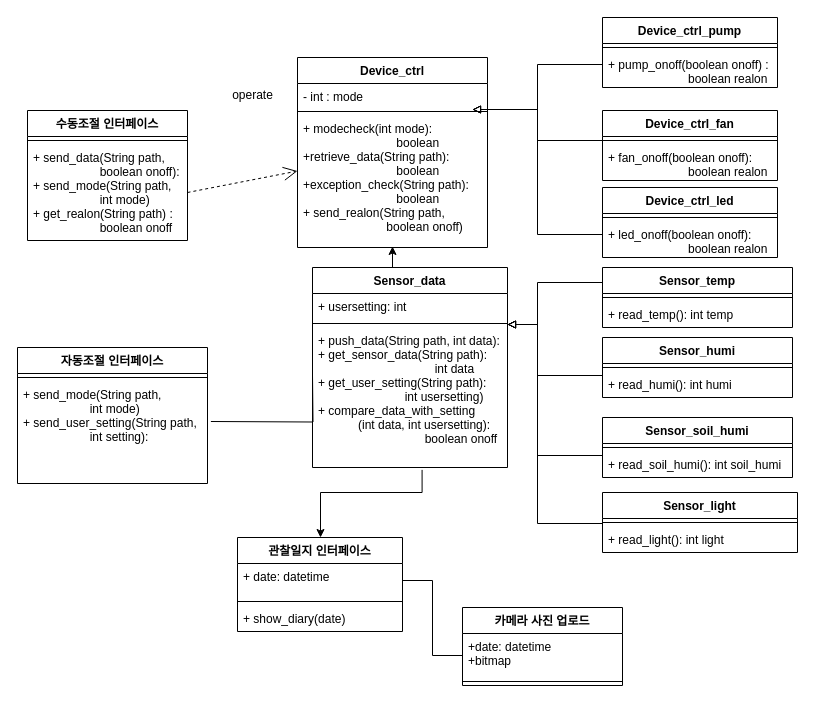
Above: 5주차/클래스 다이어그램/class_dg_ver2.drawio in sonmyungwon/Software-Development (draw.io), before the change. Source tidied: cells renumbered, new cells numbered last; positions are measured from the earlier drawing's top-left corner, leaving out a move shared by most shapes. Both pictures are drawn from the tidied source at 100%, with x=0, y=0 at pixel (17, 17).
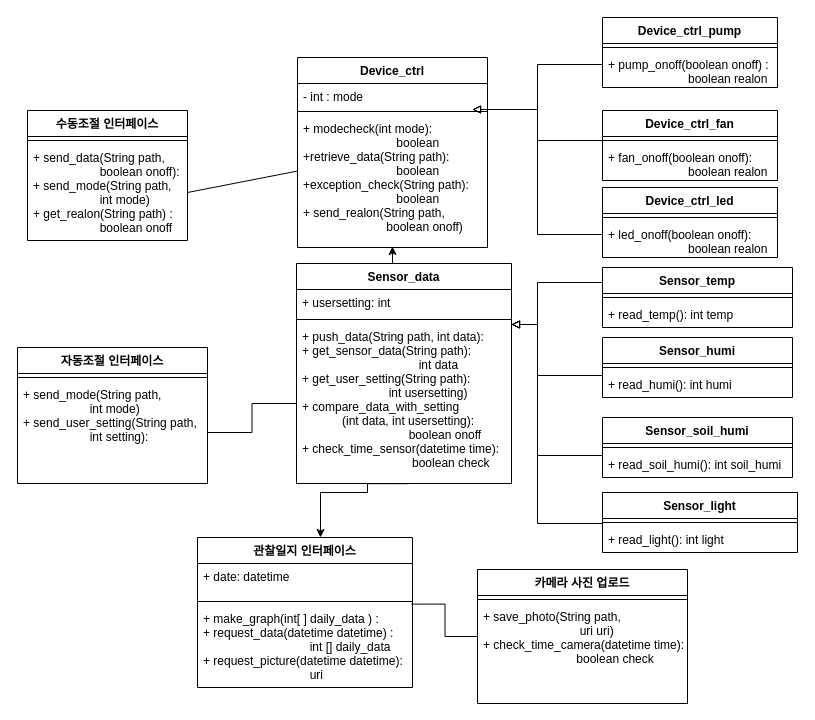
The same diagram, later.

Unchanged cells that the change refers to:
```xml
<mxCell id="31" value="+ send_data(String path, &#10;                    boolean onoff):&#10;+ send_mode(String path,&#10;                    int mode)&#10;+ get_realon(String path) :&#10;                    boolean onoff" style="text;strokeColor=none;fillColor=none;align=left;verticalAlign=top;spacingLeft=4;spacingRight=4;overflow=hidden;points=[[0,0.5],[1,0.5]];portConstraint=eastwest;" parent="29" vertex="1">
  <mxGeometry y="34" width="160" height="96" as="geometry" />
</mxCell>
<mxCell id="32" value="Device_ctrl" style="swimlane;fontStyle=1;align=center;verticalAlign=top;horizontal=1;startSize=26;" parent="1" vertex="1">
  <mxGeometry x="280" y="40" width="190" height="190" as="geometry" />
</mxCell>
<mxCell id="38" value="+ send_mode(String path,&#10;                    int mode)&#10;+ send_user_setting(String path,&#10;                    int setting):" style="text;strokeColor=none;fillColor=none;align=left;verticalAlign=top;spacingLeft=4;spacingRight=4;overflow=hidden;points=[[0,0.5],[1,0.5]];portConstraint=eastwest;" parent="36" vertex="1">
  <mxGeometry y="34" width="190" height="102" as="geometry" />
</mxCell>
```

What changed in the source:
```diff
@@
     <mxCell id="3" value="관찰일지 인터페이스" style="swimlane;fontStyle=1;align=center;verticalAlign=top;horizontal=1;startSize=26;" parent="1" vertex="1">
-      <mxGeometry x="220" y="520" width="165" height="94" as="geometry" />
+      <mxGeometry x="180" y="520" width="215" height="150" as="geometry" />
     </mxCell>
     <mxCell id="4" value="+ date: datetime&#10;" style="text;strokeColor=none;fillColor=none;align=left;verticalAlign=top;spacingLeft=4;spacingRight=4;overflow=hidden;points=[[0,0.5],[1,0.5]];portConstraint=eastwest;" parent="3" vertex="1">
-      <mxGeometry y="26" width="165" height="34" as="geometry" />
+      <mxGeometry y="26" width="215" height="34" as="geometry" />
     </mxCell>
     <mxCell id="5" style="line;strokeWidth=1;fillColor=none;align=left;verticalAlign=middle;spacingTop=-1;spacingLeft=3;spacingRight=3;labelPosition=right;strokeColor=inherit;" parent="3" vertex="1">
-      <mxGeometry y="60" width="165" height="8" as="geometry" />
+      <mxGeometry y="60" width="215" height="8" as="geometry" />
     </mxCell>
-    <mxCell id="6" value="+ show_diary(date)" style="text;strokeColor=none;fillColor=none;align=left;verticalAlign=top;spacingLeft=4;spacingRight=4;overflow=hidden;points=[[0,0.5],[1,0.5]];portConstraint=eastwest;" parent="3" vertex="1">
-      <mxGeometry y="68" width="165" height="26" as="geometry" />
+    <mxCell id="6" value="+ make_graph(int[ ] daily_data ) :&#10;+ request_data(datetime datetime) : &#10;                                int [] daily_data&#10;+ request_picture(datetime datetime):&#10;                                uri" style="text;strokeColor=none;fillColor=none;align=left;verticalAlign=top;spacingLeft=4;spacingRight=4;overflow=hidden;points=[[0,0.5],[1,0.5]];portConstraint=eastwest;" parent="3" vertex="1">
+      <mxGeometry y="68" width="215" height="82" as="geometry" />
     </mxCell>
-    <mxCell id="7" style="endArrow=open;dashed=1;endFill=0;endSize=12;html=1;rounded=0;exitX=1;exitY=0.5;exitDx=0;exitDy=0;" parent="1" edge="1" source="31" target="32">
+    <mxCell id="7" style="endArrow=none;endFill=0;endSize=12;html=1;rounded=0;exitX=1;exitY=0.5;exitDx=0;exitDy=0;" parent="1" edge="1" source="31" target="32">
       <mxGeometry relative="1" as="geometry" />
     </mxCell>
-    <mxCell id="8" value="operate" style="text;html=1;align=center;verticalAlign=middle;strokeColor=none;fillColor=none;" parent="1" vertex="1">
-      <mxGeometry x="205" y="63" width="60" height="30" as="geometry" />
-    </mxCell>
@@
-    <mxCell id="21" style="edgeStyle=orthogonalEdgeStyle;rounded=0;jettySize=auto;html=1;exitX=0.562;exitY=1.017;exitDx=0;exitDy=0;endArrow=classic;endFill=1;exitPerimeter=0;" parent="1" edge="1" source="55" target="3">
+    <mxCell id="21" style="edgeStyle=orthogonalEdgeStyle;rounded=0;jettySize=auto;html=1;exitX=0.521;exitY=1.001;exitDx=0;exitDy=0;endArrow=classic;endFill=1;exitPerimeter=0;" parent="1" edge="1" source="55" target="3">
       <mxGeometry relative="1" as="geometry">
         <Array as="points">
-          <mxPoint x="405" y="475" />
+          <mxPoint x="350" y="466" />
+          <mxPoint x="350" y="475" />
           <mxPoint x="303" y="475" />
         </Array>
       </mxGeometry>
     </mxCell>
-    <mxCell id="22" value="카메라 사진 업로드" style="swimlane;fontStyle=1;align=center;verticalAlign=top;horizontal=1;startSize=26;" parent="1" vertex="1">
-      <mxGeometry x="445" y="590" width="160" height="78" as="geometry" />
-    </mxCell>
-    <mxCell id="23" value="+date: datetime&#10;+bitmap" style="text;strokeColor=none;fillColor=none;align=left;verticalAlign=top;spacingLeft=4;spacingRight=4;overflow=hidden;points=[[0,0.5],[1,0.5]];portConstraint=eastwest;" parent="22" vertex="1">
-      <mxGeometry y="26" width="160" height="44" as="geometry" />
-    </mxCell>
-    <mxCell id="24" style="line;strokeWidth=1;fillColor=none;align=left;verticalAlign=middle;spacingTop=-1;spacingLeft=3;spacingRight=3;labelPosition=right;strokeColor=inherit;" parent="22" vertex="1">
-      <mxGeometry y="70" width="160" height="8" as="geometry" />
-    </mxCell>
-    <mxCell id="25" style="edgeStyle=orthogonalEdgeStyle;rounded=0;jettySize=auto;html=1;exitX=0;exitY=0.5;exitDx=0;exitDy=0;entryX=1;entryY=0.5;entryDx=0;entryDy=0;endArrow=none;endFill=0;" parent="1" edge="1" source="23" target="4">
-      <mxGeometry relative="1" as="geometry" />
-    </mxCell>
@@
-    <mxCell id="28" style="edgeStyle=orthogonalEdgeStyle;rounded=0;orthogonalLoop=1;jettySize=auto;html=1;exitX=1.018;exitY=0.571;exitDx=0;exitDy=0;entryX=0;entryY=0.25;entryDx=0;entryDy=0;endArrow=none;endFill=0;exitPerimeter=0;" parent="1" edge="1">
-      <mxGeometry relative="1" as="geometry">
-        <mxPoint x="193.4" y="404" as="sourcePoint" />
-        <mxPoint x="295" y="358" as="targetPoint" />
-      </mxGeometry>
-    </mxCell>
@@
     <mxCell id="52" value="Sensor_data" style="swimlane;fontStyle=1;align=center;verticalAlign=top;horizontal=1;startSize=26;" parent="1" vertex="1">
-      <mxGeometry x="295" y="250" width="195" height="200" as="geometry" />
+      <mxGeometry x="279" y="246" width="215" height="220" as="geometry" />
     </mxCell>
     <mxCell id="53" value="+ usersetting: int" style="text;strokeColor=none;fillColor=none;align=left;verticalAlign=top;spacingLeft=4;spacingRight=4;overflow=hidden;" parent="52" vertex="1">
-      <mxGeometry y="26" width="195" height="26" as="geometry" />
+      <mxGeometry y="26" width="215" height="26" as="geometry" />
     </mxCell>
     <mxCell id="54" style="line;strokeWidth=1;fillColor=none;align=left;verticalAlign=middle;spacingTop=-1;spacingLeft=3;spacingRight=3;labelPosition=right;strokeColor=inherit;" parent="52" vertex="1">
-      <mxGeometry y="52" width="195" height="8" as="geometry" />
+      <mxGeometry y="52" width="215" height="8" as="geometry" />
     </mxCell>
-    <mxCell id="55" value="+ push_data(String path, int data):&#10;+ get_sensor_data(String path):&#10;                                   int data&#10;+ get_user_setting(String path):&#10;                          int usersetting)&#10;+ compare_data_with_setting&#10;            (int data, int usersetting):&#10;                                boolean onoff" style="text;strokeColor=none;fillColor=none;align=left;verticalAlign=top;spacingLeft=4;spacingRight=4;overflow=hidden;points=[[0,0.5],[1,0.5]];portConstraint=eastwest;" parent="52" vertex="1">
-      <mxGeometry y="60" width="195" height="140" as="geometry" />
+    <mxCell id="55" value="+ push_data(String path, int data):&#10;+ get_sensor_data(String path):&#10;                                   int data&#10;+ get_user_setting(String path):&#10;                          int usersetting)&#10;+ compare_data_with_setting&#10;            (int data, int usersetting):&#10;                                boolean onoff&#10;+ check_time_sensor(datetime time):&#10;                                 boolean check" style="text;strokeColor=none;fillColor=none;align=left;verticalAlign=top;spacingLeft=4;spacingRight=4;overflow=hidden;points=[[0,0.5],[1,0.5]];portConstraint=eastwest;" parent="52" vertex="1">
+      <mxGeometry y="60" width="215" height="160" as="geometry" />
     </mxCell>
@@
+    <mxCell id="57" style="edgeStyle=orthogonalEdgeStyle;rounded=0;jettySize=auto;html=1;entryX=0.995;entryY=-0.017;entryDx=0;entryDy=0;entryPerimeter=0;endArrow=none;endFill=0;" parent="1" edge="1" source="22" target="6">
+      <mxGeometry relative="1" as="geometry" />
+    </mxCell>
+    <mxCell id="22" value="카메라 사진 업로드" style="swimlane;fontStyle=1;align=center;verticalAlign=top;horizontal=1;startSize=26;" parent="1" vertex="1">
+      <mxGeometry x="460" y="552" width="210" height="134" as="geometry" />
+    </mxCell>
+    <mxCell id="58" style="line;strokeWidth=1;fillColor=none;align=left;verticalAlign=middle;spacingTop=-1;spacingLeft=3;spacingRight=3;labelPosition=right;strokeColor=inherit;" parent="22" vertex="1">
+      <mxGeometry y="26" width="210" height="8" as="geometry" />
+    </mxCell>
+    <mxCell id="59" value="+ save_photo(String path,&#10;                             uri uri)&#10;+ check_time_camera(datetime time):&#10;                            boolean check&#10;" style="text;strokeColor=none;fillColor=none;align=left;verticalAlign=top;spacingLeft=4;spacingRight=4;overflow=hidden;" parent="22" vertex="1">
+      <mxGeometry y="34" width="210" height="100" as="geometry" />
+    </mxCell>
+    <mxCell id="60" style="edgeStyle=orthogonalEdgeStyle;rounded=0;jettySize=auto;html=1;entryX=1;entryY=0.5;entryDx=0;entryDy=0;endArrow=none;endFill=0;" parent="1" edge="1" source="55" target="38">
+      <mxGeometry relative="1" as="geometry" />
+    </mxCell>
```
